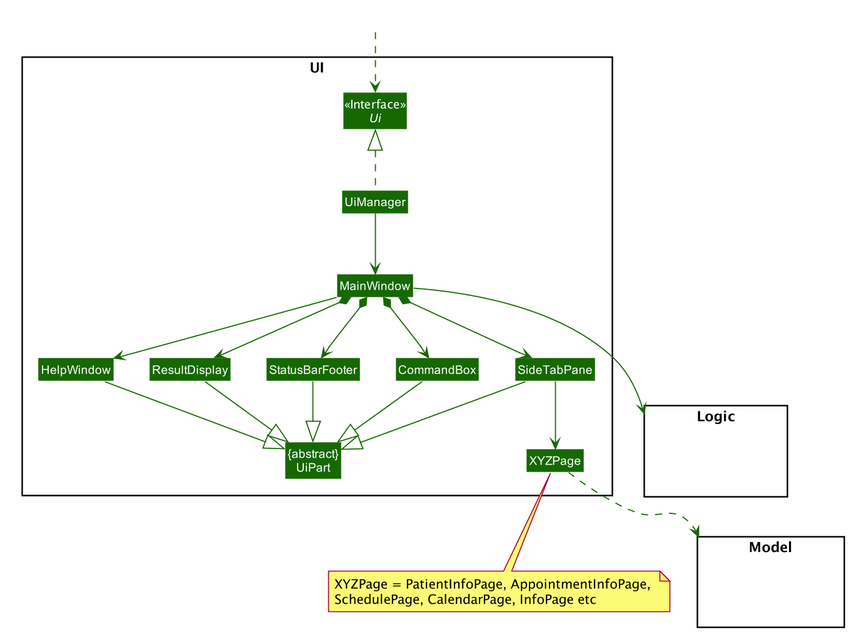
Before: docs/images/UiClassDiagram.png, a diagram exported from PlantUML (thutahw/tp). Its source is kept beside it as docs/diagrams/UiClassDiagram.puml.
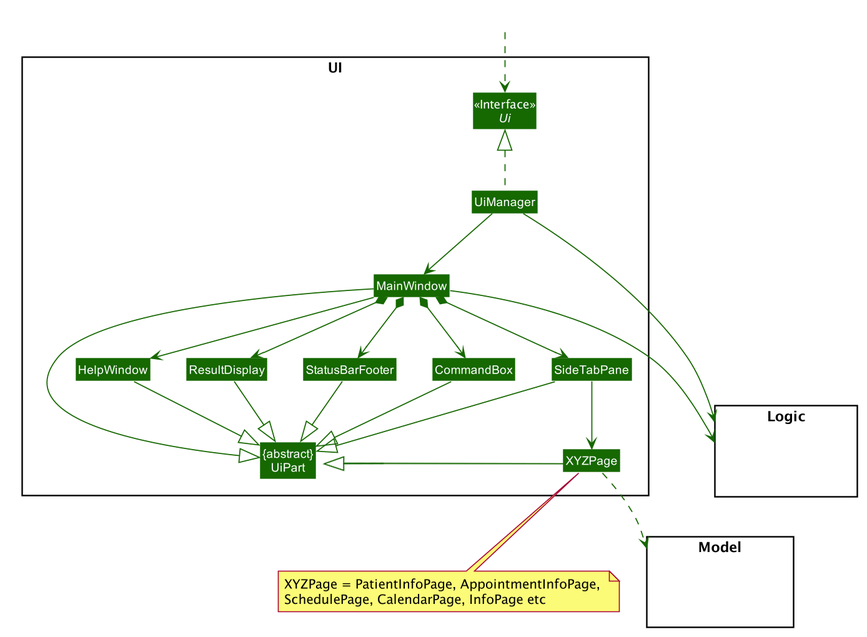
Above is the later version.

Commit message:
Add missing arrows in UI class diagram

What changed in the source:
```diff
@@ -48,6 +48,7 @@
 MainWindow *--> CommandBox
 MainWindow *--> StatusBarFooter
 
+MainWindow --|> UiPart
 SideTabPane --|> UiPart
 HelpWindow --|> UiPart
 ResultDisplay --|> UiPart
@@ -55,6 +56,7 @@
 CommandBox --|> UiPart
 
 MainWindow ---> Logic
+UiManager --> Logic
 XYZPage ..> Model
 
 note bottom of XYZPage: XYZPage = PatientInfoPage, AppointmentInfoPage, \nSchedulePage, CalendarPage, InfoPage etc
```
